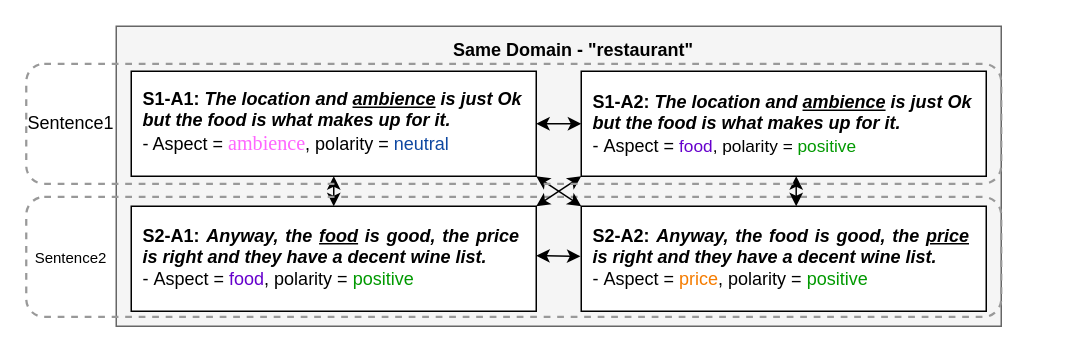
Before: Untitled Diagram.drawio in cj-wade/hello-world, a draw.io diagram. Source tidied: cells renumbered, new cells numbered last; positions are measured from the earlier drawing's top-left corner, leaving out a move shared by most shapes. Both pictures are drawn from the tidied source at 150%, with x=0, y=0 at pixel (26, 26).
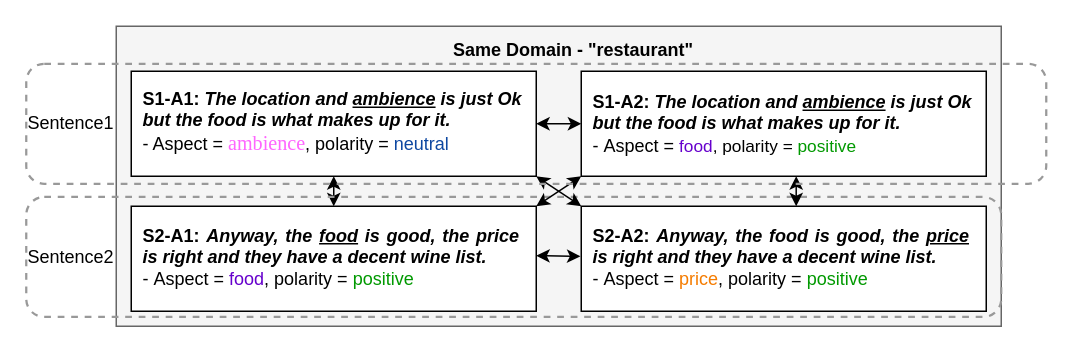
The same page after the edit.

Diff of the diagram source:
```diff
@@
-    <mxCell id="20" value="&lt;font style=&quot;font-size: 10px&quot;&gt;Sentence2&lt;/font&gt;" style="text;html=1;strokeColor=none;fillColor=none;align=center;verticalAlign=middle;whiteSpace=wrap;rounded=0;dashed=1;" parent="1" vertex="1">
+    <mxCell id="20" value="&lt;font style=&quot;font-size: 12px&quot;&gt;Sentence2&lt;/font&gt;" style="text;html=1;strokeColor=none;fillColor=none;align=center;verticalAlign=middle;whiteSpace=wrap;rounded=0;dashed=1;" parent="1" vertex="1">
       <mxGeometry x="10" y="143.8" width="40" height="20" as="geometry" />
     </mxCell>
     <mxCell id="21" style="rounded=1;whiteSpace=wrap;html=1;fillColor=none;dashed=1;strokeColor=#999999;strokeWidth=1.5;" parent="1" vertex="1">
-      <mxGeometry y="25" width="650" height="80" as="geometry" />
+      <mxGeometry y="25" width="680" height="80" as="geometry" />
     </mxCell>
```
